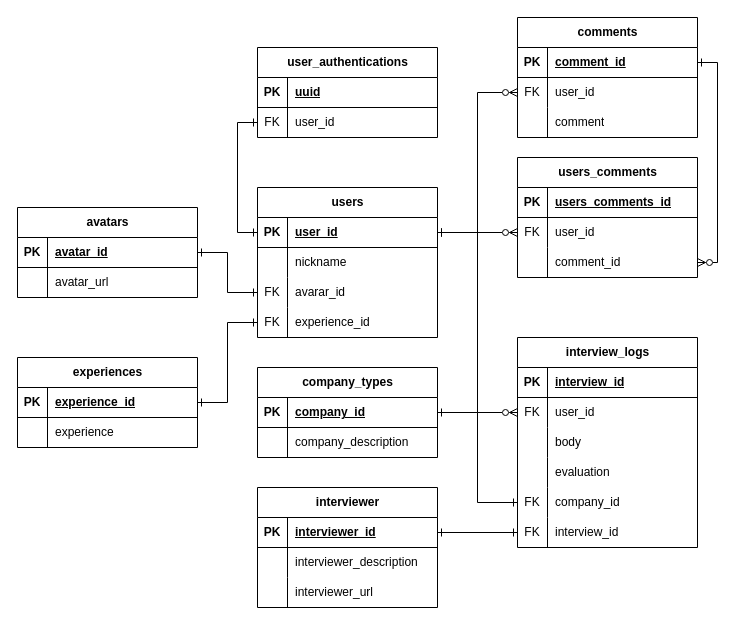
Before: interview_simulator2.drawio in MaTTalv001/Interview_simulator2, a draw.io diagram. Source tidied: cells renumbered, new cells numbered last; positions are measured from the earlier drawing's top-left corner, leaving out a move shared by most shapes. Both pictures are drawn from the tidied source at 100%, with x=0, y=0 at pixel (17, 17).
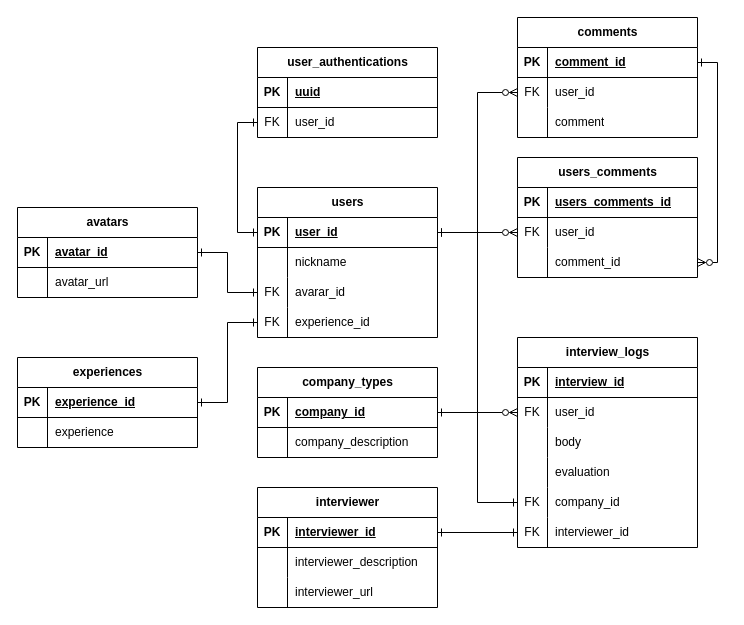
After the change.

The change refers to these unchanged cells:
```xml
<mxCell id="72" style="shape=tableRow;horizontal=0;startSize=0;swimlaneHead=0;swimlaneBody=0;fillColor=none;points=[[0,0.5],[1,0.5]];portConstraint=eastwest;top=0;left=0;right=0;bottom=0;" parent="56" vertex="1">
  <mxGeometry y="180" width="180" height="30" as="geometry" />
</mxCell>
```

What changed in the source:
```diff
@@
-    <mxCell id="74" value="interview_id" style="shape=partialRectangle;fillColor=none;top=0;left=0;bottom=0;right=0;align=left;spacingLeft=6;overflow=hidden;whiteSpace=wrap;html=1;" parent="72" vertex="1">
+    <mxCell id="74" value="interviewer_id" style="shape=partialRectangle;fillColor=none;top=0;left=0;bottom=0;right=0;align=left;spacingLeft=6;overflow=hidden;whiteSpace=wrap;html=1;" parent="72" vertex="1">
       <mxGeometry x="30" width="150" height="30" as="geometry" />
     </mxCell>
```
